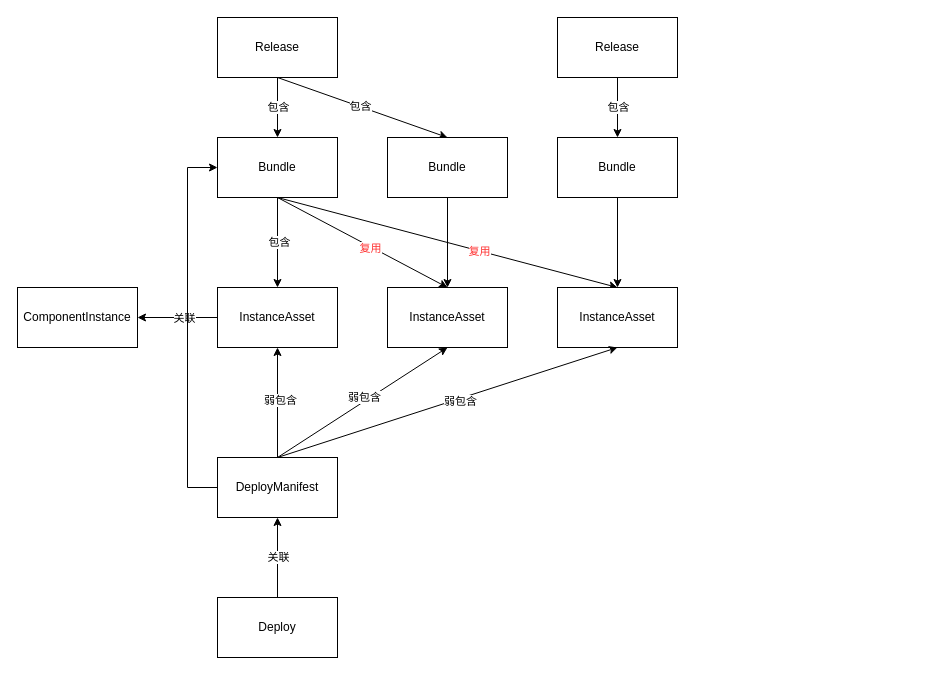
liutian/groot keeps this draw.io diagram as doc/构建部署产物结构.dio. Above is the earlier version. Source tidied: cells renumbered, new cells numbered last; positions are measured from the earlier drawing's top-left corner, leaving out a move shared by most shapes. Both pictures are drawn from the tidied source at 100%, with x=0, y=0 at pixel (17, 17).
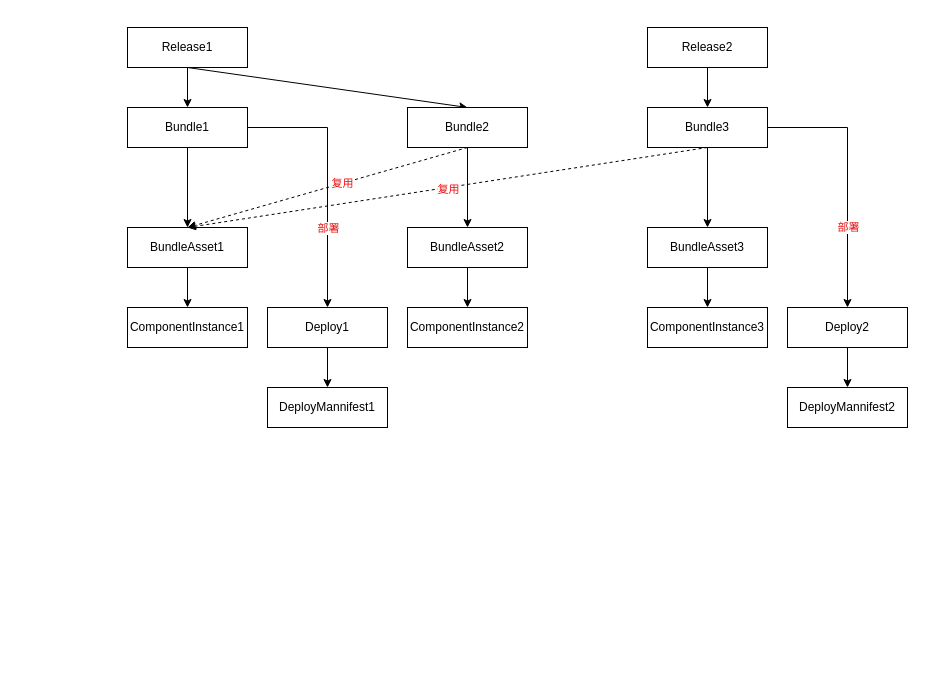
The same page after the edit.

Unchanged cells that the change refers to:
```xml
<mxCell id="2" style="edgeStyle=none;html=1;entryX=0.5;entryY=0;entryDx=0;entryDy=0;" parent="1" edge="1" source="4" target="11">
  <mxGeometry relative="1" as="geometry" />
</mxCell>
<mxCell id="5" style="edgeStyle=none;html=1;entryX=0.5;entryY=0;entryDx=0;entryDy=0;" parent="1" edge="1" source="11" target="14">
  <mxGeometry relative="1" as="geometry" />
</mxCell>
<mxCell id="20" style="edgeStyle=none;html=1;entryX=0.5;entryY=0;entryDx=0;entryDy=0;" parent="1" edge="1" source="22" target="24">
  <mxGeometry relative="1" as="geometry" />
</mxCell>
```

Change to the diagram source:
```diff
@@
-    <mxCell id="3" value="包含" style="edgeLabel;html=1;align=center;verticalAlign=middle;" parent="2" vertex="1">
-      <mxGeometry x="-0.04" relative="1" as="geometry" />
-    </mxCell>
-    <mxCell id="4" value="Release" style="whiteSpace=wrap;html=1;" parent="1" vertex="1">
-      <mxGeometry x="200" width="120" height="60" as="geometry" />
+    <mxCell id="4" value="Release1" style="whiteSpace=wrap;html=1;" parent="1" vertex="1">
+      <mxGeometry x="110" y="10" width="120" height="40" as="geometry" />
     </mxCell>
@@
-    <mxCell id="6" value="包含" style="edgeLabel;html=1;align=center;verticalAlign=middle;" parent="5" vertex="1">
-      <mxGeometry x="-0.03" y="1" relative="1" as="geometry" />
-    </mxCell>
-    <mxCell id="7" style="edgeStyle=none;html=1;entryX=0.5;entryY=0;entryDx=0;entryDy=0;exitX=0.5;exitY=1;exitDx=0;exitDy=0;" parent="1" edge="1" source="11" target="25">
-      <mxGeometry relative="1" as="geometry" />
-    </mxCell>
-    <mxCell id="8" value="复用" style="edgeLabel;html=1;align=center;verticalAlign=middle;fontColor=#FF3333;" parent="7" vertex="1">
-      <mxGeometry x="0.09" y="-1" relative="1" as="geometry" />
-    </mxCell>
-    <mxCell id="9" style="edgeStyle=none;html=1;entryX=0.5;entryY=0;entryDx=0;entryDy=0;exitX=0.5;exitY=1;exitDx=0;exitDy=0;" parent="1" edge="1" source="11" target="26">
-      <mxGeometry relative="1" as="geometry" />
-    </mxCell>
-    <mxCell id="10" value="复用" style="edgeLabel;html=1;align=center;verticalAlign=middle;fontColor=#FF3333;" parent="9" vertex="1">
-      <mxGeometry x="0.18" relative="1" as="geometry" />
-    </mxCell>
+    <mxCell id="38" style="edgeStyle=orthogonalEdgeStyle;html=1;entryX=0.5;entryY=0;entryDx=0;entryDy=0;fontColor=#e41111;exitX=1;exitY=0.5;exitDx=0;exitDy=0;rounded=0;" parent="1" edge="1" source="11" target="37">
+      <mxGeometry relative="1" as="geometry" />
+    </mxCell>
+    <mxCell id="39" value="部署" style="edgeLabel;html=1;align=center;verticalAlign=middle;fontColor=#e41111;" parent="38" vertex="1">
+      <mxGeometry x="0.13" relative="1" as="geometry">
+        <mxPoint y="33" as="offset" />
+      </mxGeometry>
+    </mxCell>
-    <mxCell id="11" value="Bundle" style="whiteSpace=wrap;html=1;" parent="1" vertex="1">
-      <mxGeometry x="200" y="120" width="120" height="60" as="geometry" />
+    <mxCell id="11" value="Bundle1" style="whiteSpace=wrap;html=1;" parent="1" vertex="1">
+      <mxGeometry x="110" y="90" width="120" height="40" as="geometry" />
     </mxCell>
-    <mxCell id="12" style="edgeStyle=none;html=1;entryX=1;entryY=0.5;entryDx=0;entryDy=0;exitX=0;exitY=0.5;exitDx=0;exitDy=0;" parent="1" edge="1" source="14" target="15">
+    <mxCell id="12" style="edgeStyle=none;html=1;entryX=0.5;entryY=0;entryDx=0;entryDy=0;fontColor=#e41111;" parent="1" edge="1" source="14" target="15">
       <mxGeometry relative="1" as="geometry" />
     </mxCell>
-    <mxCell id="13" value="关联" style="edgeLabel;html=1;align=center;verticalAlign=middle;" parent="12" vertex="1">
-      <mxGeometry x="-0.34" relative="1" as="geometry">
-        <mxPoint x="-8" as="offset" />
-      </mxGeometry>
-    </mxCell>
-    <mxCell id="14" value="InstanceAsset" style="whiteSpace=wrap;html=1;" parent="1" vertex="1">
-      <mxGeometry x="200" y="270" width="120" height="60" as="geometry" />
+    <mxCell id="14" value="BundleAsset1" style="whiteSpace=wrap;html=1;" parent="1" vertex="1">
+      <mxGeometry x="110" y="210" width="120" height="40" as="geometry" />
     </mxCell>
-    <mxCell id="15" value="ComponentInstance" style="whiteSpace=wrap;html=1;" parent="1" vertex="1">
-      <mxGeometry y="270" width="120" height="60" as="geometry" />
+    <mxCell id="15" value="ComponentInstance1" style="whiteSpace=wrap;html=1;" parent="1" vertex="1">
+      <mxGeometry x="110" y="290" width="120" height="40" as="geometry" />
     </mxCell>
-    <mxCell id="16" style="edgeStyle=none;html=1;entryX=0.5;entryY=0;entryDx=0;entryDy=0;" parent="1" edge="1" target="19">
-      <mxGeometry relative="1" as="geometry">
-        <mxPoint x="260" y="60" as="sourcePoint" />
-      </mxGeometry>
+    <mxCell id="16" style="edgeStyle=none;html=1;entryX=0.5;entryY=0;entryDx=0;entryDy=0;exitX=0.5;exitY=1;exitDx=0;exitDy=0;" parent="1" edge="1" source="4" target="19">
+      <mxGeometry relative="1" as="geometry" />
     </mxCell>
-    <mxCell id="17" value="包含" style="edgeLabel;html=1;align=center;verticalAlign=middle;" parent="16" vertex="1">
-      <mxGeometry x="-0.04" relative="1" as="geometry" />
-    </mxCell>
@@
+    <mxCell id="40" style="edgeStyle=none;html=1;exitX=0.5;exitY=1;exitDx=0;exitDy=0;entryX=0.5;entryY=0;entryDx=0;entryDy=0;dashed=1;" parent="1" edge="1" source="19" target="14">
+      <mxGeometry relative="1" as="geometry" />
+    </mxCell>
+    <mxCell id="41" value="&lt;font&gt;复用&lt;/font&gt;" style="edgeLabel;html=1;align=center;verticalAlign=middle;fontColor=#e41111;" parent="40" vertex="1">
+      <mxGeometry x="-0.18" y="1" relative="1" as="geometry">
+        <mxPoint x="-11" y="2" as="offset" />
+      </mxGeometry>
+    </mxCell>
-    <mxCell id="19" value="Bundle" style="whiteSpace=wrap;html=1;" parent="1" vertex="1">
-      <mxGeometry x="370" y="120" width="120" height="60" as="geometry" />
+    <mxCell id="19" value="Bundle2" style="whiteSpace=wrap;html=1;" parent="1" vertex="1">
+      <mxGeometry x="390" y="90" width="120" height="40" as="geometry" />
     </mxCell>
@@
-    <mxCell id="21" value="包含" style="edgeLabel;html=1;align=center;verticalAlign=middle;" parent="20" vertex="1">
-      <mxGeometry x="-0.04" relative="1" as="geometry" />
-    </mxCell>
-    <mxCell id="22" value="Release" style="whiteSpace=wrap;html=1;" parent="1" vertex="1">
-      <mxGeometry x="540" width="120" height="60" as="geometry" />
+    <mxCell id="22" value="Release2" style="whiteSpace=wrap;html=1;" parent="1" vertex="1">
+      <mxGeometry x="630" y="10" width="120" height="40" as="geometry" />
     </mxCell>
@@
+    <mxCell id="42" style="edgeStyle=none;html=1;exitX=0.5;exitY=1;exitDx=0;exitDy=0;entryX=0.5;entryY=0;entryDx=0;entryDy=0;dashed=1;fontColor=#e41111;" parent="1" edge="1" source="24" target="14">
+      <mxGeometry relative="1" as="geometry" />
+    </mxCell>
+    <mxCell id="43" value="复用" style="edgeLabel;html=1;align=center;verticalAlign=middle;fontColor=#e41111;" parent="42" vertex="1">
+      <mxGeometry y="2" relative="1" as="geometry" />
+    </mxCell>
+    <mxCell id="44" style="edgeStyle=orthogonalEdgeStyle;rounded=0;html=1;entryX=0.5;entryY=0;entryDx=0;entryDy=0;fontColor=#e41111;" parent="1" edge="1" source="24" target="52">
+      <mxGeometry relative="1" as="geometry" />
+    </mxCell>
+    <mxCell id="45" value="部署" style="edgeLabel;html=1;align=center;verticalAlign=middle;fontColor=#e41111;" parent="44" vertex="1">
+      <mxGeometry x="0.14" y="-3" relative="1" as="geometry">
+        <mxPoint x="3" y="31" as="offset" />
+      </mxGeometry>
+    </mxCell>
-    <mxCell id="24" value="Bundle" style="whiteSpace=wrap;html=1;" parent="1" vertex="1">
-      <mxGeometry x="540" y="120" width="120" height="60" as="geometry" />
+    <mxCell id="24" value="Bundle3" style="whiteSpace=wrap;html=1;" parent="1" vertex="1">
+      <mxGeometry x="630" y="90" width="120" height="40" as="geometry" />
     </mxCell>
+    <mxCell id="46" style="edgeStyle=none;html=1;fontColor=#e41111;" parent="1" edge="1" source="25" target="49">
+      <mxGeometry relative="1" as="geometry" />
+    </mxCell>
-    <mxCell id="25" value="InstanceAsset" style="whiteSpace=wrap;html=1;" parent="1" vertex="1">
-      <mxGeometry x="370" y="270" width="120" height="60" as="geometry" />
+    <mxCell id="25" value="BundleAsset2" style="whiteSpace=wrap;html=1;" parent="1" vertex="1">
+      <mxGeometry x="390" y="210" width="120" height="40" as="geometry" />
     </mxCell>
+    <mxCell id="47" style="edgeStyle=none;html=1;entryX=0.5;entryY=0;entryDx=0;entryDy=0;fontColor=#e41111;" parent="1" edge="1" source="26" target="50">
+      <mxGeometry relative="1" as="geometry" />
+    </mxCell>
-    <mxCell id="26" value="InstanceAsset" style="whiteSpace=wrap;html=1;" parent="1" vertex="1">
-      <mxGeometry x="540" y="270" width="120" height="60" as="geometry" />
+    <mxCell id="26" value="BundleAsset3" style="whiteSpace=wrap;html=1;" parent="1" vertex="1">
+      <mxGeometry x="630" y="210" width="120" height="40" as="geometry" />
     </mxCell>
-    <mxCell id="27" style="edgeStyle=none;html=1;entryX=0.5;entryY=1;entryDx=0;entryDy=0;" parent="1" edge="1" source="34" target="14">
-      <mxGeometry relative="1" as="geometry" />
-    </mxCell>
-    <mxCell id="28" value="弱包含" style="edgeLabel;html=1;align=center;verticalAlign=middle;" parent="27" vertex="1">
-      <mxGeometry x="0.06" y="-2" relative="1" as="geometry" />
-    </mxCell>
-    <mxCell id="29" style="edgeStyle=none;html=1;entryX=0.5;entryY=1;entryDx=0;entryDy=0;exitX=0.5;exitY=0;exitDx=0;exitDy=0;" parent="1" edge="1" source="34" target="25">
-      <mxGeometry relative="1" as="geometry" />
-    </mxCell>
-    <mxCell id="30" value="弱包含" style="edgeLabel;html=1;align=center;verticalAlign=middle;" parent="29" vertex="1">
-      <mxGeometry x="0.05" y="4" relative="1" as="geometry" />
-    </mxCell>
-    <mxCell id="31" style="edgeStyle=none;html=1;entryX=0.5;entryY=1;entryDx=0;entryDy=0;exitX=0.5;exitY=0;exitDx=0;exitDy=0;" parent="1" edge="1" source="34" target="26">
-      <mxGeometry relative="1" as="geometry" />
-    </mxCell>
-    <mxCell id="32" value="弱包含" style="edgeLabel;html=1;align=center;verticalAlign=middle;" parent="31" vertex="1">
-      <mxGeometry x="0.07" y="-2" relative="1" as="geometry" />
-    </mxCell>
-    <mxCell id="33" style="edgeStyle=orthogonalEdgeStyle;rounded=0;html=1;entryX=0;entryY=0.5;entryDx=0;entryDy=0;exitX=0;exitY=0.5;exitDx=0;exitDy=0;" parent="1" edge="1" source="34" target="11">
-      <mxGeometry relative="1" as="geometry">
-        <Array as="points">
-          <mxPoint x="170" y="470" />
-          <mxPoint x="170" y="150" />
-        </Array>
-      </mxGeometry>
-    </mxCell>
-    <mxCell id="34" value="DeployManifest" style="whiteSpace=wrap;html=1;" parent="1" vertex="1">
-      <mxGeometry x="200" y="440" width="120" height="60" as="geometry" />
-    </mxCell>
-    <mxCell id="35" style="edgeStyle=orthogonalEdgeStyle;rounded=0;html=1;entryX=0.5;entryY=1;entryDx=0;entryDy=0;" parent="1" edge="1" source="37" target="34">
-      <mxGeometry relative="1" as="geometry" />
-    </mxCell>
-    <mxCell id="36" value="关联" style="edgeLabel;html=1;align=center;verticalAlign=middle;" parent="35" vertex="1">
-      <mxGeometry x="0.14" y="2" relative="1" as="geometry">
-        <mxPoint x="2" y="5" as="offset" />
-      </mxGeometry>
-    </mxCell>
+    <mxCell id="48" style="edgeStyle=none;html=1;entryX=0.5;entryY=0;entryDx=0;entryDy=0;" parent="1" edge="1" source="37" target="53">
+      <mxGeometry relative="1" as="geometry" />
+    </mxCell>
-    <mxCell id="37" value="Deploy" style="whiteSpace=wrap;html=1;" parent="1" vertex="1">
-      <mxGeometry x="200" y="580" width="120" height="60" as="geometry" />
+    <mxCell id="37" value="Deploy1" style="whiteSpace=wrap;html=1;" parent="1" vertex="1">
+      <mxGeometry x="250" y="290" width="120" height="40" as="geometry" />
     </mxCell>
+    <mxCell id="49" value="ComponentInstance2" style="whiteSpace=wrap;html=1;" parent="1" vertex="1">
+      <mxGeometry x="390" y="290" width="120" height="40" as="geometry" />
+    </mxCell>
+    <mxCell id="50" value="ComponentInstance3" style="whiteSpace=wrap;html=1;" parent="1" vertex="1">
+      <mxGeometry x="630" y="290" width="120" height="40" as="geometry" />
+    </mxCell>
+    <mxCell id="51" style="edgeStyle=none;html=1;" parent="1" edge="1" source="52" target="54">
+      <mxGeometry relative="1" as="geometry" />
+    </mxCell>
+    <mxCell id="52" value="Deploy2" style="whiteSpace=wrap;html=1;" parent="1" vertex="1">
+      <mxGeometry x="770" y="290" width="120" height="40" as="geometry" />
+    </mxCell>
+    <mxCell id="53" value="DeployMannifest1" style="whiteSpace=wrap;html=1;" parent="1" vertex="1">
+      <mxGeometry x="250" y="370" width="120" height="40" as="geometry" />
+    </mxCell>
+    <mxCell id="54" value="DeployMannifest2" style="whiteSpace=wrap;html=1;" parent="1" vertex="1">
+      <mxGeometry x="770" y="370" width="120" height="40" as="geometry" />
+    </mxCell>
```
